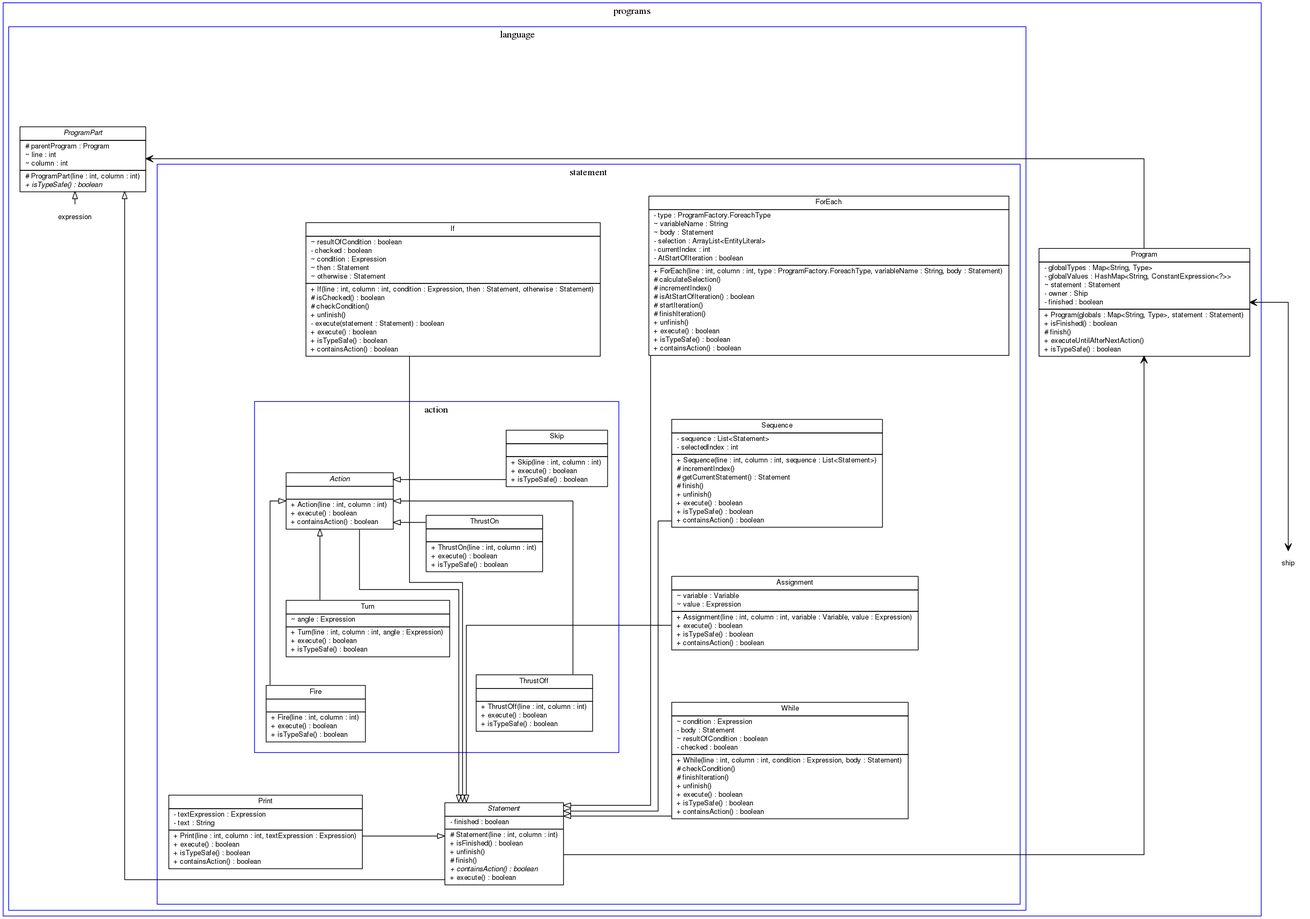
Before: uml/project-lang-stmnt.png, a diagram exported from Graphviz (sinopeus/asteroids). Its source is kept beside it as uml/project-lang-stmnt.dot.
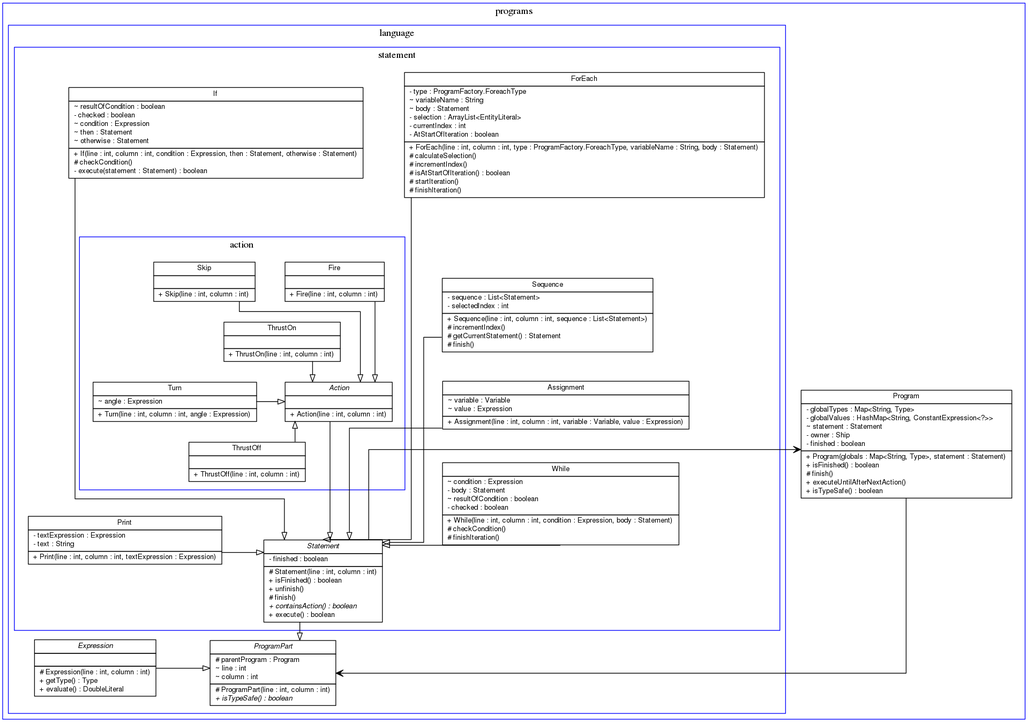
The same diagram one commit later.

Commit message:
Split UML.

Change to the diagram source:
```diff
@@ -54,8 +54,21 @@
 		</table></td></tr>
 		</table>>, URL="../ProgramPart.html", fontname="Helvetica", fontcolor="black", fontsize=10.0];
 
+	expression [label=<<table title="model.programs.parsing.language.expression.Expression" border="0" cellborder="1" cellspacing="0" cellpadding="2" port="p" href="./Expression.html">
+		<tr><td><table border="0" cellspacing="0" cellpadding="1">
+<tr><td align="center" balign="center"><font face="Helvetica-Oblique"> Expression </font></td></tr>
+		</table></td></tr>
+		<tr><td><table border="0" cellspacing="0" cellpadding="1">
+<tr><td align="left" balign="left">  </td></tr>
+		</table></td></tr>
+		<tr><td><table border="0" cellspacing="0" cellpadding="1">
+<tr><td align="left" balign="left"> # Expression(line : int, column : int) </td></tr>
+<tr><td align="left" balign="left"> + getType() : Type </td></tr>
+<tr><td align="left" balign="left"> + evaluate() : DoubleLiteral </td></tr>
+		</table></td></tr>
+		</table>>, URL="./Expression.html", fontname="Helvetica", fontcolor="black", fontsize=10.0];
 
-subgraph cluster_assignment {
+subgraph cluster_statement {
 label = "statement";
 color = blue;
 	assignment [label=<<table title="model.programs.parsing.language.statement.Assignment" border="0" cellborder="1" cellspacing="0" cellpadding="2" port="p" href="../statement/Assignment.html">
@@ -68,9 +81,6 @@
 		</table></td></tr>
 		<tr><td><table border="0" cellspacing="0" cellpadding="1">
 <tr><td align="left" balign="left"> + Assignment(line : int, column : int, variable : Variable, value : Expression) </td></tr>
-<tr><td align="left" balign="left"> + execute() : boolean </td></tr>
-<tr><td align="left" balign="left"> + isTypeSafe() : boolean </td></tr>
-<tr><td align="left" balign="left"> + containsAction() : boolean </td></tr>
 		</table></td></tr>
 		</table>>, URL="../statement/Assignment.html", fontname="Helvetica", fontcolor="black", fontsize=10.0];
 
@@ -85,9 +95,6 @@
 		</table></td></tr>
 		<tr><td><table border="0" cellspacing="0" cellpadding="1">
 <tr><td align="left" balign="left"> + Print(line : int, column : int, textExpression : Expression) </td></tr>
-<tr><td align="left" balign="left"> + execute() : boolean </td></tr>
-<tr><td align="left" balign="left"> + isTypeSafe() : boolean </td></tr>
-<tr><td align="left" balign="left"> + containsAction() : boolean </td></tr>
 		</table></td></tr>
 		</table>>, URL="../statement/Print.html", fontname="Helvetica", fontcolor="black", fontsize=10.0];
 
@@ -105,10 +112,6 @@
 <tr><td align="left" balign="left"> + While(line : int, column : int, condition : Expression, body : Statement) </td></tr>
 <tr><td align="left" balign="left"> # checkCondition() </td></tr>
 <tr><td align="left" balign="left"> # finishIteration() </td></tr>
-<tr><td align="left" balign="left"> + unfinish() </td></tr>
-<tr><td align="left" balign="left"> + execute() : boolean </td></tr>
-<tr><td align="left" balign="left"> + isTypeSafe() : boolean </td></tr>
-<tr><td align="left" balign="left"> + containsAction() : boolean </td></tr>
 		</table></td></tr>
 		</table>>, URL="../statement/While.html", fontname="Helvetica", fontcolor="black", fontsize=10.0];
 
@@ -125,13 +128,8 @@
 		</table></td></tr>
 		<tr><td><table border="0" cellspacing="0" cellpadding="1">
 <tr><td align="left" balign="left"> + If(line : int, column : int, condition : Expression, then : Statement, otherwise : Statement) </td></tr>
-<tr><td align="left" balign="left"> # isChecked() : boolean </td></tr>
 <tr><td align="left" balign="left"> # checkCondition() </td></tr>
-<tr><td align="left" balign="left"> + unfinish() </td></tr>
 <tr><td align="left" balign="left"> - execute(statement : Statement) : boolean </td></tr>
-<tr><td align="left" balign="left"> + execute() : boolean </td></tr>
-<tr><td align="left" balign="left"> + isTypeSafe() : boolean </td></tr>
-<tr><td align="left" balign="left"> + containsAction() : boolean </td></tr>
 		</table></td></tr>
 		</table>>, URL="../statement/If.html", fontname="Helvetica", fontcolor="black", fontsize=10.0];
 
@@ -144,11 +142,6 @@
 		</table></td></tr>
 		<tr><td><table border="0" cellspacing="0" cellpadding="1">
 <tr><td align="left" balign="left"> + Turn(line : int, column : int, angle : Expression) </td></tr>
-<tr><td align="left" balign="left"> # getAngle() : Expression </td></tr>
-<tr><td align="left" balign="left"> # canHaveAsAngle(angle : Expression) : boolean </td></tr>
-<tr><td align="left" balign="left"> # setAngle(angle : Expression) </td></tr>
-<tr><td align="left" balign="left"> + execute() : boolean </td></tr>
-<tr><td align="left" balign="left"> + isTypeSafe() : boolean </td></tr>
 		</table></td></tr>
 		</table>>, URL="../statement/action/Turn.html", fontname="Helvetica", fontcolor="black", fontsize=10.0];
 
@@ -181,8 +174,6 @@
 		</table></td></tr>
 		<tr><td><table border="0" cellspacing="0" cellpadding="1">
 <tr><td align="left" balign="left"> + Action(line : int, column : int) </td></tr>
-<tr><td align="left" balign="left"> + execute() : boolean </td></tr>
-<tr><td align="left" balign="left"> + containsAction() : boolean </td></tr>
 		</table></td></tr>
 		</table>>, URL="./Action.html", fontname="Helvetica", fontcolor="black", fontsize=10.0];
 
@@ -195,8 +186,6 @@
 		</table></td></tr>
 		<tr><td><table border="0" cellspacing="0" cellpadding="1">
 <tr><td align="left" balign="left"> + Fire(line : int, column : int) </td></tr>
-<tr><td align="left" balign="left"> + execute() : boolean </td></tr>
-<tr><td align="left" balign="left"> + isTypeSafe() : boolean </td></tr>
 		</table></td></tr>
 		</table>>, URL="./Fire.html", fontname="Helvetica", fontcolor="black", fontsize=10.0];
 
@@ -209,8 +198,6 @@
 		</table></td></tr>
 		<tr><td><table border="0" cellspacing="0" cellpadding="1">
 <tr><td align="left" balign="left"> + ThrustOn(line : int, column : int) </td></tr>
-<tr><td align="left" balign="left"> + execute() : boolean </td></tr>
-<tr><td align="left" balign="left"> + isTypeSafe() : boolean </td></tr>
 		</table></td></tr>
 		</table>>, URL="./ThrustOn.html", fontname="Helvetica", fontcolor="black", fontsize=10.0];
 
@@ -223,8 +210,6 @@
 		</table></td></tr>
 		<tr><td><table border="0" cellspacing="0" cellpadding="1">
 <tr><td align="left" balign="left"> + Skip(line : int, column : int) </td></tr>
-<tr><td align="left" balign="left"> + execute() : boolean </td></tr>
-<tr><td align="left" balign="left"> + isTypeSafe() : boolean </td></tr>
 		</table></td></tr>
 		</table>>, URL="./Skip.html", fontname="Helvetica", fontcolor="black", fontsize=10.0];
 
@@ -237,8 +222,6 @@
 		</table></td></tr>
 		<tr><td><table border="0" cellspacing="0" cellpadding="1">
 <tr><td align="left" balign="left"> + ThrustOff(line : int, column : int) </td></tr>
-<tr><td align="left" balign="left"> + execute() : boolean </td></tr>
-<tr><td align="left" balign="left"> + isTypeSafe() : boolean </td></tr>
 		</table></td></tr>
 		</table>>, URL="./ThrustOff.html", fontname="Helvetica", fontcolor="black", fontsize=10.0];
 
@@ -251,8 +234,6 @@
 		</table></td></tr>
 		<tr><td><table border="0" cellspacing="0" cellpadding="1">
 <tr><td align="left" balign="left"> + Turn(line : int, column : int, angle : Expression) </td></tr>
-<tr><td align="left" balign="left"> + execute() : boolean </td></tr>
-<tr><td align="left" balign="left"> + isTypeSafe() : boolean </td></tr>
 		</table></td></tr>
 		</table>>, URL="./Turn.html", fontname="Helvetica", fontcolor="black", fontsize=10.0];
 }
@@ -270,10 +251,6 @@
 <tr><td align="left" balign="left"> # incrementIndex() </td></tr>
 <tr><td align="left" balign="left"> # getCurrentStatement() : Statement </td></tr>
 <tr><td align="left" balign="left"> # finish() </td></tr>
-<tr><td align="left" balign="left"> + unfinish() </td></tr>
-<tr><td align="left" balign="left"> + execute() : boolean </td></tr>
-<tr><td align="left" balign="left"> + isTypeSafe() : boolean </td></tr>
-<tr><td align="left" balign="left"> + containsAction() : boolean </td></tr>
 		</table></td></tr>
 		</table>>, URL="./Sequence.html", fontname="Helvetica", fontcolor="black", fontsize=10.0];
 
@@ -296,10 +273,6 @@
 <tr><td align="left" balign="left"> # isAtStartOfIteration() : boolean </td></tr>
 <tr><td align="left" balign="left"> # startIteration() </td></tr>
 <tr><td align="left" balign="left"> # finishIteration() </td></tr>
-<tr><td align="left" balign="left"> + unfinish() </td></tr>
-<tr><td align="left" balign="left"> + execute() : boolean </td></tr>
-<tr><td align="left" balign="left"> + isTypeSafe() : boolean </td></tr>
-<tr><td align="left" balign="left"> + containsAction() : boolean </td></tr>
 		</table></td></tr>
 		</table>>, URL="./ForEach.html", fontname="Helvetica", fontcolor="black", fontsize=10.0];
 		}
@@ -333,5 +306,4 @@
 }
 	}
 
-	ship:p -> program:p [taillabel="", label="", headlabel="", fontname="Helvetica", fontcolor="black", fontsize=10.0, color="black", arrowhead=open,arrowtail=open,  dir="both"];
 }
```
